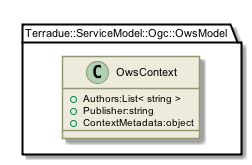
The PlantUML diagram _images/plantuml-780b63d51bed732b3b3cb02554c6b5d65f5ed46e.png in Terradue/doc-tep-geohazards-arch, before a commit.
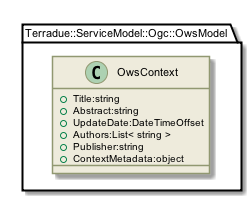
The same file after the commit.

Diff of the diagram source:
```diff
@@ -139,6 +139,9 @@
 set namespaceSeparator ::
 class Terradue::ServiceModel::Ogc::OwsModel::OwsContext {
 [[../information/classes/class_terradue_1_1_service_model_1_1_ogc_1_1_ows_model_1_1_ows_context.html]]
+ +Title:string
+ +Abstract:string
+ +UpdateDate:DateTimeOffset
  +Authors:List< string >
  +Publisher:string
  +ContextMetadata:object
```
